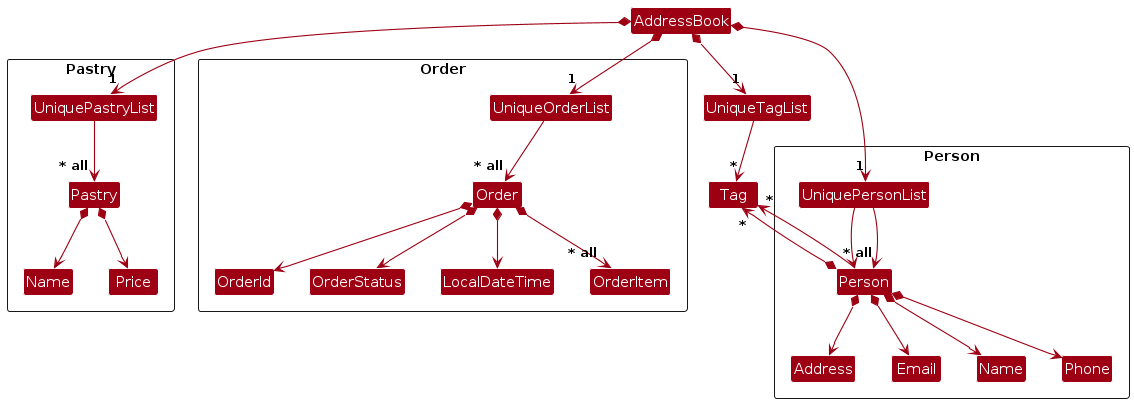
The PlantUML diagram diagrams/BetterModelClassDiagram.png in AY2425S2-CS2103T-F13-2/tp, before a commit. Its source is kept beside it as diagrams/BetterModelClassDiagram.puml.
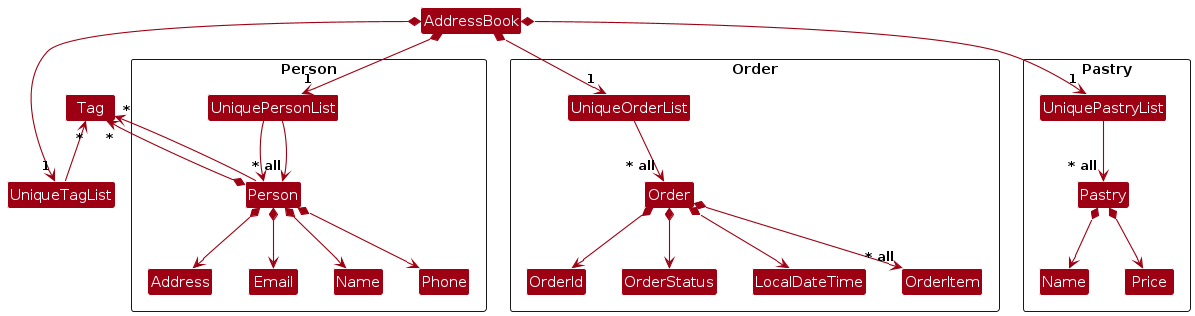
After the commit.

What changed in the source:
```diff
@@ -32,7 +32,7 @@
 
 AddressBook *--> "1" UniqueTagList
 UniqueTagList -[hidden]- UniquePersonList
-UniqueTagList --> "*" Tag
+UniqueTagList -up-> "*" Tag
 UniquePersonList --> Person
 
 Person -up-> "*" Tag
```
